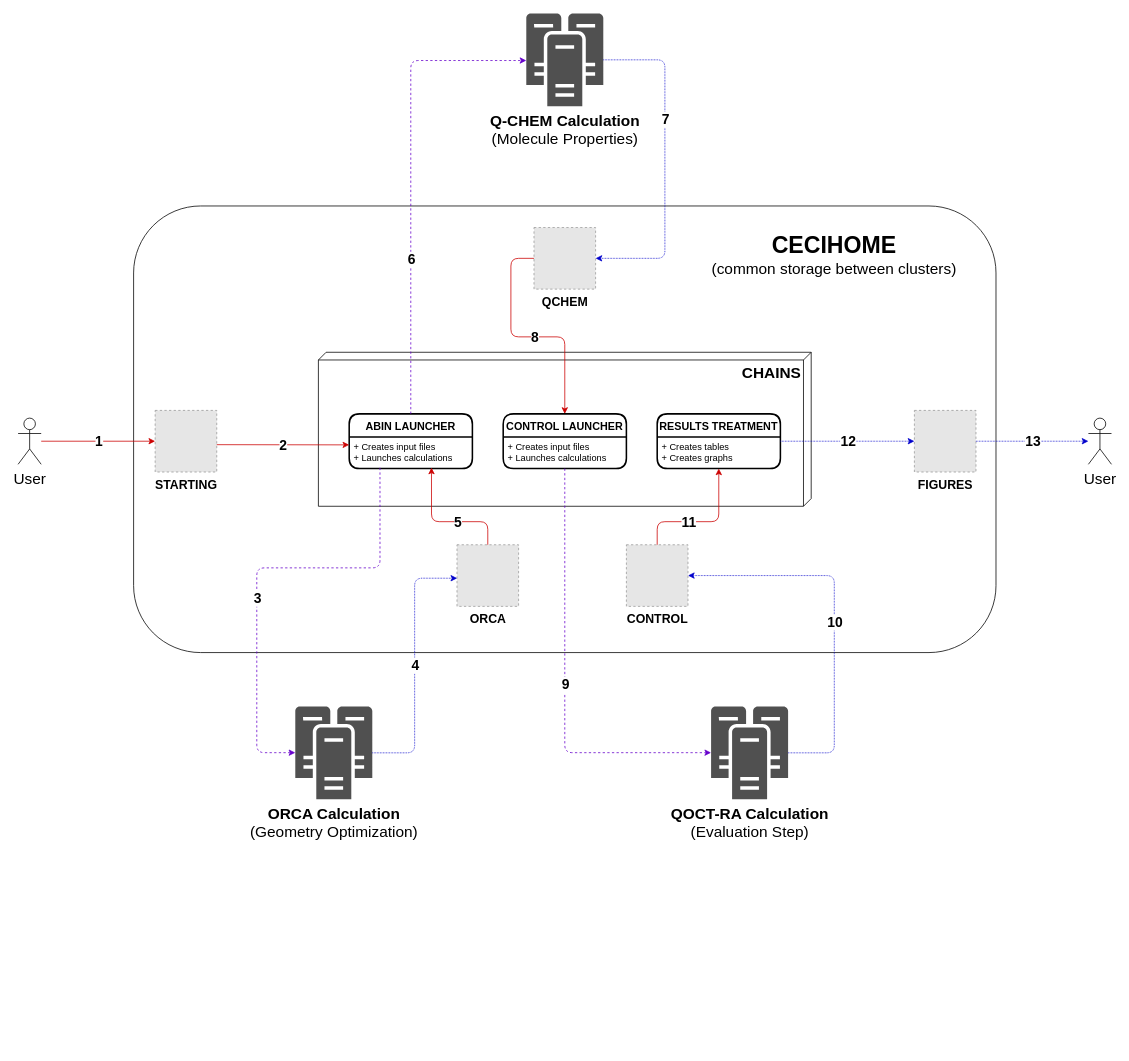
Above: docs/source/figures/workflow.drawio in niacobel/CHAINS (draw.io), before the change. Source tidied: cells renumbered, new cells numbered last; positions are measured from the earlier drawing's top-left corner, leaving out a move shared by most shapes. Both pictures are drawn from the tidied source at 77%, with x=0, y=0 at pixel (18, 13). Pictures stored in the file or linked from it are replaced by grey dashed boxes.
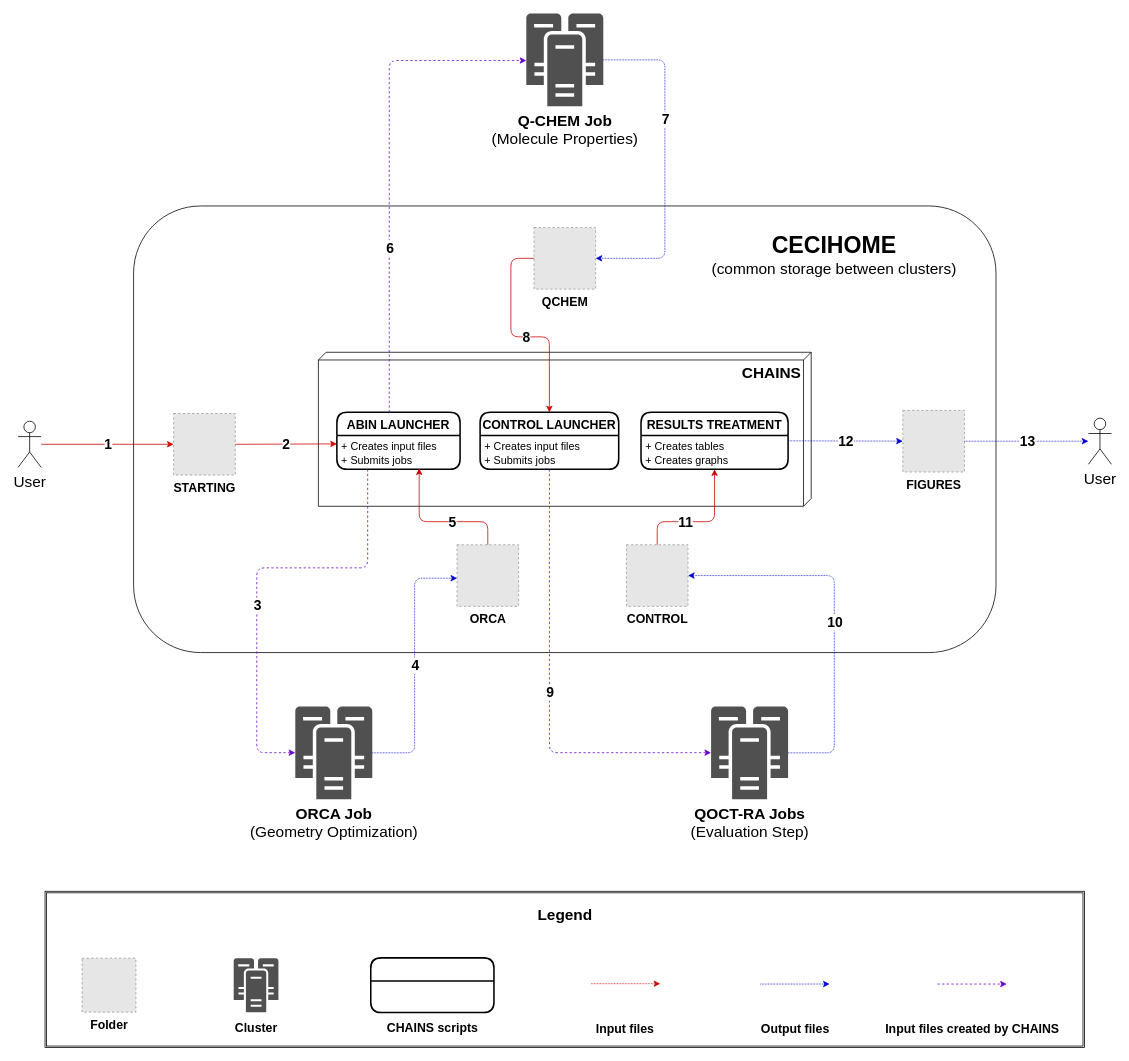
Above is the later version.

Unchanged cells that the change refers to:
```xml
<mxCell id="5" value="&lt;div&gt;ORCA&lt;/div&gt;" style="fillColor=#E6E6E6;strokeColor=#999999;dashed=1;html=1;verticalAlign=top;verticalLabelPosition=bottom;labelBackgroundColor=#ffffff;fontSize=16;fontStyle=1;" parent="1" vertex="1">
  <mxGeometry x="570" y="690" width="80" height="80" as="geometry" />
</mxCell>
<mxCell id="6" value="QCHEM" style="fillColor=#E6E6E6;strokeColor=#999999;dashed=1;html=1;verticalAlign=top;verticalLabelPosition=bottom;labelBackgroundColor=#ffffff;fontSize=16;fontStyle=1;" parent="1" vertex="1">
  <mxGeometry x="670" y="278" width="80" height="80" as="geometry" />
</mxCell>
<mxCell id="7" value="&lt;div&gt;CONTROL&lt;/div&gt;" style="fillColor=#E6E6E6;strokeColor=#999999;dashed=1;html=1;verticalAlign=top;verticalLabelPosition=bottom;labelBackgroundColor=#ffffff;fontSize=16;fontStyle=1;" parent="1" vertex="1">
  <mxGeometry x="790" y="690" width="80" height="80" as="geometry" />
</mxCell>
```

The edit, as a diff of the source:
```diff
@@
+    <mxCell id="47" style="shape=ext;double=1;rounded=0;whiteSpace=wrap;html=1;fontSize=20;" parent="1" vertex="1">
+      <mxGeometry x="35" y="1140" width="1350" height="203" as="geometry" />
+    </mxCell>
@@
     <mxCell id="4" value="&lt;span style=&quot;font-size: 16px&quot;&gt;STARTING&lt;/span&gt;" style="fillColor=#E6E6E6;strokeColor=#999999;dashed=1;html=1;verticalAlign=top;verticalLabelPosition=bottom;labelBackgroundColor=#ffffff;fontSize=16;fontStyle=1;" parent="1" vertex="1">
-      <mxGeometry x="178" y="515.5" width="80" height="80" as="geometry" />
+      <mxGeometry x="202" y="519.5" width="80" height="80" as="geometry" />
     </mxCell>
@@
     <mxCell id="8" value="FIGURES" style="fillColor=#E6E6E6;strokeColor=#999999;dashed=1;html=1;verticalAlign=top;verticalLabelPosition=bottom;labelBackgroundColor=#ffffff;fontSize=16;fontStyle=1;" parent="1" vertex="1">
-      <mxGeometry x="1164" y="515.5" width="80" height="80" as="geometry" />
+      <mxGeometry x="1149" y="515.5" width="80" height="80" as="geometry" />
     </mxCell>
-    <mxCell id="9" value="&lt;b&gt;ORCA Calculation&lt;/b&gt; &lt;br&gt;(Geometry Optimization)" style="shadow=0;dashed=0;html=1;strokeColor=none;fillColor=#505050;labelPosition=center;verticalLabelPosition=bottom;verticalAlign=top;outlineConnect=0;align=center;shape=mxgraph.office.servers.cluster_server;fontSize=20;rounded=1;" parent="1" vertex="1">
+    <mxCell id="9" value="&lt;b&gt;ORCA Job&lt;/b&gt; &lt;br&gt;(Geometry Optimization)" style="shadow=0;dashed=0;html=1;strokeColor=none;fillColor=#505050;labelPosition=center;verticalLabelPosition=bottom;verticalAlign=top;outlineConnect=0;align=center;shape=mxgraph.office.servers.cluster_server;fontSize=20;rounded=1;" parent="1" vertex="1">
       <mxGeometry x="360" y="900" width="100" height="120.4" as="geometry" />
     </mxCell>
-    <mxCell id="10" value="&lt;b&gt;Q-CHEM Calculation&lt;/b&gt; &lt;br&gt;(Molecule Properties)" style="shadow=0;dashed=0;html=1;strokeColor=none;fillColor=#505050;labelPosition=center;verticalLabelPosition=bottom;verticalAlign=top;outlineConnect=0;align=center;shape=mxgraph.office.servers.cluster_server;fontSize=20;rounded=1;" parent="1" vertex="1">
+    <mxCell id="10" value="&lt;b&gt;Q-CHEM Job&lt;/b&gt; &lt;br&gt;(Molecule Properties)" style="shadow=0;dashed=0;html=1;strokeColor=none;fillColor=#505050;labelPosition=center;verticalLabelPosition=bottom;verticalAlign=top;outlineConnect=0;align=center;shape=mxgraph.office.servers.cluster_server;fontSize=20;rounded=1;" parent="1" vertex="1">
       <mxGeometry x="660" width="100" height="120.4" as="geometry" />
     </mxCell>
-    <mxCell id="11" value="&lt;b&gt;QOCT-RA Calculation&lt;/b&gt; &lt;br&gt;(Evaluation Step)" style="shadow=0;dashed=0;html=1;strokeColor=none;fillColor=#505050;labelPosition=center;verticalLabelPosition=bottom;verticalAlign=top;outlineConnect=0;align=center;shape=mxgraph.office.servers.cluster_server;fontSize=20;rounded=1;" parent="1" vertex="1">
+    <mxCell id="11" value="&lt;b&gt;QOCT-RA Jobs&lt;/b&gt; &lt;br&gt;(Evaluation Step)" style="shadow=0;dashed=0;html=1;strokeColor=none;fillColor=#505050;labelPosition=center;verticalLabelPosition=bottom;verticalAlign=top;outlineConnect=0;align=center;shape=mxgraph.office.servers.cluster_server;fontSize=20;rounded=1;" parent="1" vertex="1">
       <mxGeometry x="900" y="900" width="100" height="120.4" as="geometry" />
     </mxCell>
@@
     <mxCell id="13" value="User" style="shape=umlActor;verticalLabelPosition=bottom;verticalAlign=top;html=1;outlineConnect=0;fontSize=20;align=center;rounded=1;" parent="1" vertex="1">
-      <mxGeometry y="525.5" width="30" height="60" as="geometry" />
+      <mxGeometry y="529.5" width="30" height="60" as="geometry" />
     </mxCell>
@@
-    <mxCell id="15" value="ABIN LAUNCHER" style="swimlane;horizontal=1;startSize=30;fontSize=14;fontStyle=1;strokeWidth=2;shadow=0;dashed=0;align=center;rounded=1;" parent="1" vertex="1">
-      <mxGeometry x="430" y="520" width="160" height="71" as="geometry" />
+    <mxCell id="15" value="ABIN LAUNCHER" style="swimlane;horizontal=1;startSize=30;fontSize=16;fontStyle=1;strokeWidth=2;shadow=0;dashed=0;align=center;rounded=1;" parent="1" vertex="1">
+      <mxGeometry x="414" y="518" width="160" height="74" as="geometry" />
     </mxCell>
-    <mxCell id="16" value="+ Creates input files&#10;+ Launches calculations" style="align=left;strokeColor=none;fillColor=none;spacingLeft=4;fontSize=12;verticalAlign=top;rounded=1;" parent="15" vertex="1">
-      <mxGeometry y="30" width="160" height="41" as="geometry" />
+    <mxCell id="16" value="+ Creates input files&#10;+ Submits jobs" style="align=left;strokeColor=none;fillColor=none;spacingLeft=4;fontSize=14;verticalAlign=top;rounded=1;" parent="15" vertex="1">
+      <mxGeometry y="30" width="160" height="44" as="geometry" />
     </mxCell>
-    <mxCell id="17" value="CONTROL LAUNCHER" style="swimlane;horizontal=1;startSize=30;fontSize=14;fontStyle=1;strokeWidth=2;shadow=0;dashed=0;align=center;rounded=1;" parent="1" vertex="1">
-      <mxGeometry x="630" y="520" width="160" height="71" as="geometry" />
-    </mxCell>
-    <mxCell id="18" value="+ Creates input files&#10;+ Launches calculations" style="align=left;strokeColor=none;fillColor=none;spacingLeft=4;fontSize=12;verticalAlign=top;rounded=1;" parent="17" vertex="1">
-      <mxGeometry y="30" width="160" height="41" as="geometry" />
-    </mxCell>
-    <mxCell id="19" value="RESULTS TREATMENT" style="swimlane;horizontal=1;startSize=30;fontSize=14;fontStyle=1;strokeWidth=2;shadow=0;dashed=0;align=center;rounded=1;" parent="1" vertex="1">
-      <mxGeometry x="830" y="520" width="160" height="71" as="geometry" />
+    <mxCell id="19" value="RESULTS TREATMENT" style="swimlane;horizontal=1;startSize=30;fontSize=16;fontStyle=1;strokeWidth=2;shadow=0;dashed=0;align=center;rounded=1;" parent="1" vertex="1">
+      <mxGeometry x="809" y="518" width="191" height="74" as="geometry" />
     </mxCell>
-    <mxCell id="20" value="+ Creates tables&#10;+ Creates graphs" style="align=left;strokeColor=none;fillColor=none;spacingLeft=4;fontSize=12;verticalAlign=top;rounded=1;" parent="19" vertex="1">
-      <mxGeometry y="30" width="160" height="41" as="geometry" />
+    <mxCell id="20" value="+ Creates tables&#10;+ Creates graphs" style="align=left;strokeColor=none;fillColor=none;spacingLeft=4;fontSize=14;verticalAlign=top;rounded=1;" parent="19" vertex="1">
+      <mxGeometry y="30" width="191" height="44" as="geometry" />
     </mxCell>
@@
-    <mxCell id="23" style="endArrow=classic;html=1;fontSize=20;entryX=0;entryY=0.25;entryDx=0;entryDy=0;strokeColor=#CC0000;" parent="1" edge="1" target="16">
-      <mxGeometry relative="1" as="geometry">
-        <mxPoint x="258" y="560" as="sourcePoint" />
-      </mxGeometry>
+    <mxCell id="23" style="endArrow=classic;html=1;fontSize=20;entryX=0;entryY=0.25;entryDx=0;entryDy=0;strokeColor=#CC0000;exitX=1;exitY=0.5;exitDx=0;exitDy=0;" parent="1" edge="1" source="4" target="16">
+      <mxGeometry relative="1" as="geometry" />
     </mxCell>
@@
-    <mxCell id="25" style="endArrow=classic;html=1;fontSize=20;jumpStyle=none;edgeStyle=orthogonalEdgeStyle;strokeColor=#6600CC;dashed=1;" parent="1" edge="1" target="9">
+    <mxCell id="25" style="endArrow=classic;html=1;fontSize=20;jumpStyle=none;edgeStyle=orthogonalEdgeStyle;strokeColor=#6600CC;dashed=1;exitX=0.25;exitY=1;exitDx=0;exitDy=0;" parent="1" edge="1" source="16" target="9">
       <mxGeometry relative="1" as="geometry">
-        <mxPoint x="470" y="590" as="sourcePoint" />
         <Array as="points">
-          <mxPoint x="470" y="720" />
+          <mxPoint x="454" y="720" />
           <mxPoint x="310" y="720" />
           <mxPoint x="310" y="960" />
         </Array>
       </mxGeometry>
     </mxCell>
@@
     <mxCell id="29" style="endArrow=classic;html=1;fontSize=20;jumpStyle=none;entryX=0.668;entryY=0.972;entryDx=0;entryDy=0;entryPerimeter=0;edgeStyle=orthogonalEdgeStyle;exitX=0.5;exitY=0;exitDx=0;exitDy=0;strokeColor=#CC0000;" parent="1" edge="1" source="5" target="16">
       <mxGeometry relative="1" as="geometry">
         <Array as="points">
           <mxPoint x="610" y="660" />
-          <mxPoint x="537" y="660" />
+          <mxPoint x="521" y="660" />
         </Array>
       </mxGeometry>
     </mxCell>
@@
     <mxCell id="33" style="endArrow=classic;html=1;fontSize=20;entryX=0.5;entryY=0;entryDx=0;entryDy=0;exitX=0;exitY=0.5;exitDx=0;exitDy=0;edgeStyle=orthogonalEdgeStyle;strokeColor=#CC0000;" parent="1" edge="1" source="6" target="17">
       <mxGeometry relative="1" as="geometry">
         <Array as="points">
           <mxPoint x="640" y="318" />
           <mxPoint x="640" y="420" />
-          <mxPoint x="710" y="420" />
+          <mxPoint x="690" y="420" />
         </Array>
       </mxGeometry>
     </mxCell>
@@
     <mxCell id="35" style="endArrow=classic;html=1;fontSize=20;exitX=0.5;exitY=1;exitDx=0;exitDy=0;edgeStyle=orthogonalEdgeStyle;strokeColor=#6600CC;dashed=1;" parent="1" edge="1" source="17" target="11">
       <mxGeometry relative="1" as="geometry">
         <Array as="points">
-          <mxPoint x="710" y="960" />
+          <mxPoint x="690" y="960" />
         </Array>
       </mxGeometry>
     </mxCell>
@@
-    <mxCell id="39" style="endArrow=classic;html=1;fontSize=20;jumpStyle=none;entryX=0.5;entryY=1;entryDx=0;entryDy=0;edgeStyle=orthogonalEdgeStyle;strokeColor=#CC0000;" parent="1" edge="1" source="7" target="20">
+    <mxCell id="39" style="endArrow=classic;html=1;fontSize=20;jumpStyle=none;edgeStyle=orthogonalEdgeStyle;strokeColor=#CC0000;entryX=0.5;entryY=1;entryDx=0;entryDy=0;" parent="1" edge="1" source="7" target="20">
       <mxGeometry relative="1" as="geometry">
         <Array as="points">
           <mxPoint x="830" y="660" />
-          <mxPoint x="910" y="660" />
+          <mxPoint x="905" y="660" />
         </Array>
       </mxGeometry>
     </mxCell>
@@
-    <mxCell id="45" style="endArrow=classic;html=1;fontSize=20;jumpStyle=none;exitX=0.5;exitY=0;exitDx=0;exitDy=0;edgeStyle=orthogonalEdgeStyle;strokeColor=#6600CC;dashed=1;" parent="1" edge="1">
+    <mxCell id="45" style="endArrow=classic;html=1;fontSize=20;jumpStyle=none;exitX=0.425;exitY=0;exitDx=0;exitDy=0;edgeStyle=orthogonalEdgeStyle;strokeColor=#6600CC;dashed=1;exitPerimeter=0;" parent="1" edge="1" source="15">
       <mxGeometry relative="1" as="geometry">
-        <mxPoint x="510" y="520" as="sourcePoint" />
         <mxPoint x="660" y="61.1" as="targetPoint" />
         <Array as="points">
-          <mxPoint x="510" y="61" />
+          <mxPoint x="482" y="61" />
         </Array>
       </mxGeometry>
     </mxCell>
@@
+    <mxCell id="48" value="Folder" style="fillColor=#E6E6E6;strokeColor=#999999;dashed=1;html=1;verticalAlign=top;verticalLabelPosition=bottom;labelBackgroundColor=#ffffff;fontSize=16;fontStyle=1;" parent="1" vertex="1">
+      <mxGeometry x="83" y="1227" width="70" height="70" as="geometry" />
+    </mxCell>
+    <mxCell id="49" value="&lt;b&gt;&lt;font style=&quot;font-size: 16px&quot;&gt;Cluster&lt;/font&gt;&lt;/b&gt;" style="shadow=0;dashed=0;html=1;strokeColor=none;fillColor=#505050;labelPosition=center;verticalLabelPosition=bottom;verticalAlign=top;align=center;shape=mxgraph.office.servers.cluster_server;fontSize=20;rounded=1;" parent="1" vertex="1">
+      <mxGeometry x="280" y="1227" width="58.1" height="70" as="geometry" />
+    </mxCell>
+    <mxCell id="50" style="group;" parent="1" vertex="1">
+      <mxGeometry x="458" y="1226.5" width="160" height="110.5" as="geometry" />
+    </mxCell>
+    <mxCell id="51" style="swimlane;horizontal=1;startSize=30;fontSize=14;fontStyle=1;strokeWidth=2;shadow=0;dashed=0;align=center;rounded=1;" parent="50" vertex="1">
+      <mxGeometry width="160" height="71" as="geometry" />
+    </mxCell>
+    <mxCell id="52" value="CHAINS scripts" style="text;strokeColor=none;fillColor=none;html=1;fontSize=16;fontStyle=1;verticalAlign=middle;align=center;" parent="50" vertex="1">
+      <mxGeometry x="10" y="70.5" width="140" height="40" as="geometry" />
+    </mxCell>
+    <mxCell id="53" style="group;" parent="1" vertex="1">
+      <mxGeometry x="738" y="1260" width="100" height="77" as="geometry" />
+    </mxCell>
+    <mxCell id="54" style="endArrow=classic;html=1;dashed=1;dashPattern=1 1;strokeColor=#CC0000;" parent="53" edge="1">
+      <mxGeometry relative="1" as="geometry">
+        <mxPoint x="6" as="sourcePoint" />
+        <mxPoint x="96" as="targetPoint" />
+      </mxGeometry>
+    </mxCell>
+    <mxCell id="55" value="&lt;span&gt;&lt;font style=&quot;font-size: 16px&quot;&gt;&lt;font style=&quot;font-size: 16px&quot;&gt;Input&lt;/font&gt; files&lt;br&gt;&lt;/font&gt;&lt;/span&gt;" style="text;strokeColor=none;fillColor=none;html=1;fontSize=24;fontStyle=1;verticalAlign=middle;align=center;" parent="53" vertex="1">
+      <mxGeometry y="37" width="100" height="40" as="geometry" />
+    </mxCell>
+    <mxCell id="56" style="group;" parent="1" vertex="1">
+      <mxGeometry x="959" y="1260.5" width="100" height="76.5" as="geometry" />
+    </mxCell>
+    <mxCell id="57" style="endArrow=classic;html=1;dashed=1;dashPattern=1 1;strokeColor=#0000CC;" parent="56" edge="1">
+      <mxGeometry relative="1" as="geometry">
+        <mxPoint x="5" as="sourcePoint" />
+        <mxPoint x="95" as="targetPoint" />
+      </mxGeometry>
+    </mxCell>
+    <mxCell id="58" value="&lt;span&gt;&lt;font style=&quot;font-size: 16px&quot;&gt;&lt;font style=&quot;font-size: 16px&quot;&gt;Output&lt;/font&gt; files&lt;br&gt;&lt;/font&gt;&lt;/span&gt;" style="text;strokeColor=none;fillColor=none;html=1;fontSize=24;fontStyle=1;verticalAlign=middle;align=center;" parent="56" vertex="1">
+      <mxGeometry y="36.5" width="100" height="40" as="geometry" />
+    </mxCell>
+    <mxCell id="59" style="group;" parent="1" vertex="1">
+      <mxGeometry x="1119" y="1260.5" width="240" height="76.5" as="geometry" />
+    </mxCell>
+    <mxCell id="60" style="endArrow=classic;html=1;dashed=1;strokeColor=#6600CC;" parent="59" edge="1">
+      <mxGeometry relative="1" as="geometry">
+        <mxPoint x="75" as="sourcePoint" />
+        <mxPoint x="165" as="targetPoint" />
+      </mxGeometry>
+    </mxCell>
+    <mxCell id="61" value="&lt;font style=&quot;font-size: 16px&quot;&gt;&lt;span&gt;&lt;font style=&quot;font-size: 16px&quot;&gt;&lt;font style=&quot;font-size: 16px&quot;&gt;Input&lt;/font&gt; files&lt;/font&gt;&lt;/span&gt; created by CHAINS&lt;br&gt;&lt;/font&gt;" style="text;strokeColor=none;fillColor=none;html=1;fontSize=24;fontStyle=1;verticalAlign=middle;align=center;" parent="59" vertex="1">
+      <mxGeometry y="36.5" width="240" height="40" as="geometry" />
+    </mxCell>
+    <mxCell id="17" value="CONTROL LAUNCHER" style="swimlane;horizontal=1;startSize=30;fontSize=16;fontStyle=1;strokeWidth=2;shadow=0;dashed=0;align=center;rounded=1;" parent="1" vertex="1">
+      <mxGeometry x="600" y="518" width="180" height="74" as="geometry" />
+    </mxCell>
+    <mxCell id="18" value="+ Creates input files&#10;+ Submits jobs" style="align=left;strokeColor=none;fillColor=none;spacingLeft=4;fontSize=14;verticalAlign=top;rounded=1;" parent="17" vertex="1">
+      <mxGeometry y="30" width="180" height="44" as="geometry" />
+    </mxCell>
+    <mxCell id="62" value="Legend" style="text;strokeColor=none;fillColor=none;html=1;fontSize=20;fontStyle=1;verticalAlign=middle;align=center;sketch=1;" parent="1" vertex="1">
+      <mxGeometry x="660" y="1150" width="100" height="40" as="geometry" />
+    </mxCell>
```
